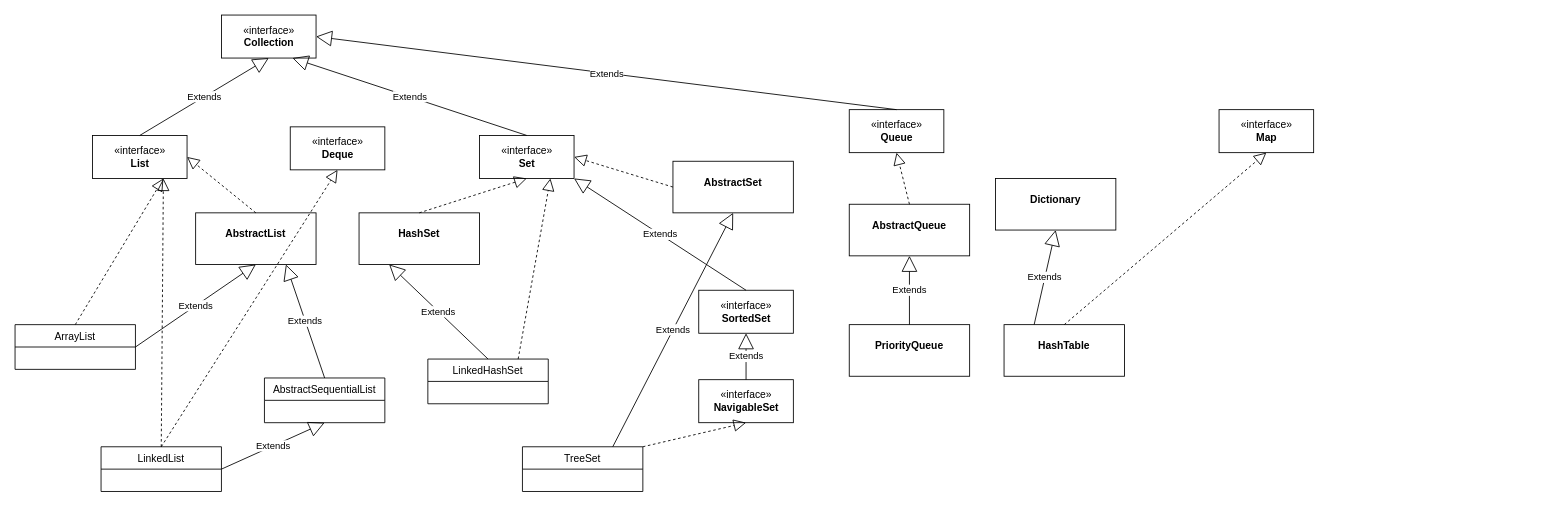
The draw.io diagram uml/collecions.drawio in andre-s-nascimento/java-collections, before the edit. Source tidied: cells renumbered, new cells numbered last; positions are measured from the earlier drawing's top-left corner, leaving out a move shared by most shapes. Both pictures are drawn from the tidied source at 86%, with x=0, y=0 at pixel (15, 15).
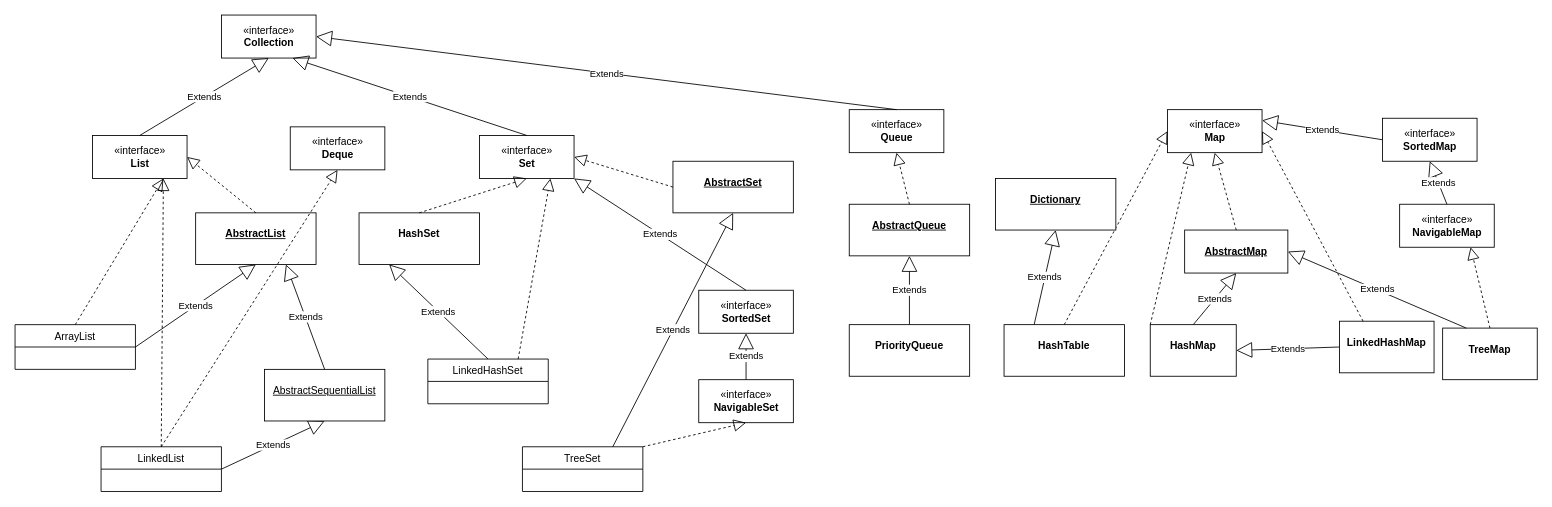
Above is the later version.

Unchanged cells that the change refers to:
```xml
<mxCell id="39" value="&lt;p style=&quot;margin:0px;margin-top:4px;text-align:center;&quot;&gt;&lt;br&gt;&lt;b&gt;HashTable&lt;/b&gt;&lt;/p&gt;" style="verticalAlign=top;align=left;overflow=fill;fontSize=12;fontFamily=Helvetica;html=1;" parent="1" vertex="1">
  <mxGeometry x="1150" y="360" width="140" height="60" as="geometry" />
</mxCell>
```

Change to the diagram source:
```diff
@@
-    <mxCell id="7" value="&lt;p style=&quot;margin:0px;margin-top:4px;text-align:center;&quot;&gt;&lt;br&gt;&lt;b&gt;AbstractList&lt;/b&gt;&lt;/p&gt;" style="verticalAlign=top;align=left;overflow=fill;fontSize=12;fontFamily=Helvetica;html=1;" parent="1" vertex="1">
+    <mxCell id="7" value="&lt;p style=&quot;margin:0px;margin-top:4px;text-align:center;&quot;&gt;&lt;br&gt;&lt;b&gt;&lt;u&gt;AbstractList&lt;/u&gt;&lt;/b&gt;&lt;/p&gt;" style="verticalAlign=top;align=left;overflow=fill;fontSize=12;fontFamily=Helvetica;html=1;" parent="1" vertex="1">
       <mxGeometry x="210" y="230" width="140" height="60" as="geometry" />
     </mxCell>
@@
-    <mxCell id="10" value="AbstractSequentialList" style="swimlane;fontStyle=0;horizontal=1;startSize=26;fillColor=none;" parent="1" vertex="1">
-      <mxGeometry x="290" y="422" width="140" height="52" as="geometry" />
-    </mxCell>
@@
-    <mxCell id="24" value="&lt;p style=&quot;margin:0px;margin-top:4px;text-align:center;&quot;&gt;&lt;br&gt;&lt;b&gt;AbstractSet&lt;/b&gt;&lt;/p&gt;" style="verticalAlign=top;align=left;overflow=fill;fontSize=12;fontFamily=Helvetica;html=1;" parent="1" vertex="1">
+    <mxCell id="24" value="&lt;p style=&quot;margin:0px;margin-top:4px;text-align:center;&quot;&gt;&lt;br&gt;&lt;b&gt;&lt;u&gt;AbstractSet&lt;/u&gt;&lt;/b&gt;&lt;/p&gt;" style="verticalAlign=top;align=left;overflow=fill;fontSize=12;fontFamily=Helvetica;html=1;" parent="1" vertex="1">
       <mxGeometry x="765" y="170" width="140" height="60" as="geometry" />
     </mxCell>
@@
-    <mxCell id="35" value="&lt;p style=&quot;margin:0px;margin-top:4px;text-align:center;&quot;&gt;&lt;br&gt;&lt;b&gt;AbstractQueue&lt;/b&gt;&lt;/p&gt;" style="verticalAlign=top;align=left;overflow=fill;fontSize=12;fontFamily=Helvetica;html=1;" parent="1" vertex="1">
+    <mxCell id="35" value="&lt;p style=&quot;margin:0px;margin-top:4px;text-align:center;&quot;&gt;&lt;br&gt;&lt;b&gt;&lt;u&gt;AbstractQueue&lt;/u&gt;&lt;/b&gt;&lt;/p&gt;" style="verticalAlign=top;align=left;overflow=fill;fontSize=12;fontFamily=Helvetica;html=1;" parent="1" vertex="1">
       <mxGeometry x="970" y="220" width="140" height="60" as="geometry" />
     </mxCell>
@@
     <mxCell id="40" value="«interface»&lt;br&gt;&lt;b&gt;Map&lt;/b&gt;" style="html=1;" parent="1" vertex="1">
-      <mxGeometry x="1400" y="110" width="110" height="50" as="geometry" />
+      <mxGeometry x="1340" y="110" width="110" height="50" as="geometry" />
     </mxCell>
-    <mxCell id="41" style="endArrow=block;dashed=1;endFill=0;endSize=12;html=1;exitX=0.5;exitY=0;exitDx=0;exitDy=0;entryX=0.5;entryY=1;entryDx=0;entryDy=0;" parent="1" edge="1" source="39" target="40">
+    <mxCell id="41" style="endArrow=block;dashed=1;endFill=0;endSize=12;html=1;exitX=0.5;exitY=0;exitDx=0;exitDy=0;entryX=0;entryY=0.5;entryDx=0;entryDy=0;" parent="1" edge="1" source="39" target="40">
       <mxGeometry relative="1" as="geometry" />
     </mxCell>
-    <mxCell id="42" value="&lt;p style=&quot;margin:0px;margin-top:4px;text-align:center;&quot;&gt;&lt;br&gt;&lt;b&gt;Dictionary&lt;/b&gt;&lt;/p&gt;" style="verticalAlign=top;align=left;overflow=fill;fontSize=12;fontFamily=Helvetica;html=1;" parent="1" vertex="1">
+    <mxCell id="42" value="&lt;p style=&quot;margin:0px;margin-top:4px;text-align:center;&quot;&gt;&lt;br&gt;&lt;b&gt;&lt;u&gt;Dictionary&lt;/u&gt;&lt;/b&gt;&lt;/p&gt;" style="verticalAlign=top;align=left;overflow=fill;fontSize=12;fontFamily=Helvetica;html=1;" parent="1" vertex="1">
       <mxGeometry x="1140" y="190" width="140" height="60" as="geometry" />
     </mxCell>
@@
+    <mxCell id="44" value="&lt;p style=&quot;margin:0px;margin-top:4px;text-align:center;&quot;&gt;&lt;br&gt;&lt;b&gt;HashMap&lt;/b&gt;&lt;/p&gt;" style="verticalAlign=top;align=left;overflow=fill;fontSize=12;fontFamily=Helvetica;html=1;" parent="1" vertex="1">
+      <mxGeometry x="1320" y="360" width="100" height="60" as="geometry" />
+    </mxCell>
+    <mxCell id="45" value="&lt;p style=&quot;margin:0px;margin-top:4px;text-align:center;&quot;&gt;&lt;b&gt;&lt;u&gt;&lt;br&gt;AbstractMap&lt;/u&gt;&lt;/b&gt;&lt;/p&gt;" style="verticalAlign=top;align=left;overflow=fill;fontSize=12;fontFamily=Helvetica;html=1;" parent="1" vertex="1">
+      <mxGeometry x="1360" y="250" width="120" height="50" as="geometry" />
+    </mxCell>
+    <mxCell id="10" value="&lt;p style=&quot;margin:0px;margin-top:4px;text-align:center;&quot;&gt;&lt;br&gt;&lt;u&gt;AbstractSequentialList&lt;/u&gt;&lt;br&gt;&lt;/p&gt;" style="verticalAlign=top;align=left;overflow=fill;fontSize=12;fontFamily=Helvetica;html=1;" parent="1" vertex="1">
+      <mxGeometry x="290" y="412" width="140" height="60" as="geometry" />
+    </mxCell>
+    <mxCell id="46" value="Extends" style="endArrow=block;endSize=16;endFill=0;html=1;exitX=0.5;exitY=0;exitDx=0;exitDy=0;entryX=0.5;entryY=1;entryDx=0;entryDy=0;" parent="1" edge="1" source="44" target="45">
+      <mxGeometry relative="1" as="geometry" />
+    </mxCell>
+    <mxCell id="47" value="&lt;p style=&quot;margin:0px;margin-top:4px;text-align:center;&quot;&gt;&lt;br&gt;&lt;b&gt;LinkedHashMap&lt;/b&gt;&lt;/p&gt;" style="verticalAlign=top;align=left;overflow=fill;fontSize=12;fontFamily=Helvetica;html=1;" parent="1" vertex="1">
+      <mxGeometry x="1540" y="356" width="110" height="60" as="geometry" />
+    </mxCell>
+    <mxCell id="48" value="Extends" style="endArrow=block;endSize=16;endFill=0;html=1;exitX=0;exitY=0.5;exitDx=0;exitDy=0;entryX=1;entryY=0.5;entryDx=0;entryDy=0;" parent="1" edge="1" source="47" target="44">
+      <mxGeometry relative="1" as="geometry" />
+    </mxCell>
+    <mxCell id="49" style="endArrow=block;dashed=1;endFill=0;endSize=12;html=1;exitX=0.25;exitY=0;exitDx=0;exitDy=0;entryX=1;entryY=0.5;entryDx=0;entryDy=0;" parent="1" edge="1" source="47" target="40">
+      <mxGeometry relative="1" as="geometry" />
+    </mxCell>
+    <mxCell id="50" style="endArrow=block;dashed=1;endFill=0;endSize=12;html=1;exitX=0.5;exitY=0;exitDx=0;exitDy=0;entryX=0.5;entryY=1;entryDx=0;entryDy=0;" parent="1" edge="1" source="45" target="40">
+      <mxGeometry relative="1" as="geometry" />
+    </mxCell>
+    <mxCell id="51" style="endArrow=block;dashed=1;endFill=0;endSize=12;html=1;exitX=0;exitY=0;exitDx=0;exitDy=0;entryX=0.25;entryY=1;entryDx=0;entryDy=0;" parent="1" edge="1" source="44" target="40">
+      <mxGeometry relative="1" as="geometry" />
+    </mxCell>
+    <mxCell id="52" value="&lt;p style=&quot;margin:0px;margin-top:4px;text-align:center;&quot;&gt;&lt;br&gt;&lt;b&gt;TreeMap&lt;/b&gt;&lt;/p&gt;" style="verticalAlign=top;align=left;overflow=fill;fontSize=12;fontFamily=Helvetica;html=1;" parent="1" vertex="1">
+      <mxGeometry x="1660" y="364" width="110" height="60" as="geometry" />
+    </mxCell>
+    <mxCell id="53" value="Extends" style="endArrow=block;endSize=16;endFill=0;html=1;exitX=0.25;exitY=0;exitDx=0;exitDy=0;entryX=1;entryY=0.5;entryDx=0;entryDy=0;" parent="1" edge="1" source="52" target="45">
+      <mxGeometry relative="1" as="geometry" />
+    </mxCell>
+    <mxCell id="54" style="endArrow=block;dashed=1;endFill=0;endSize=12;html=1;exitX=0.5;exitY=0;exitDx=0;exitDy=0;entryX=0.75;entryY=1;entryDx=0;entryDy=0;" parent="1" edge="1" source="52" target="55">
+      <mxGeometry relative="1" as="geometry" />
+    </mxCell>
+    <mxCell id="55" value="«interface»&lt;br&gt;&lt;b&gt;NavigableMap&lt;/b&gt;" style="html=1;" parent="1" vertex="1">
+      <mxGeometry x="1610" y="220" width="110" height="50" as="geometry" />
+    </mxCell>
+    <mxCell id="56" value="«interface»&lt;br&gt;&lt;b&gt;SortedMap&lt;/b&gt;" style="html=1;" parent="1" vertex="1">
+      <mxGeometry x="1590" y="120" width="110" height="50" as="geometry" />
+    </mxCell>
+    <mxCell id="57" value="Extends" style="endArrow=block;endSize=16;endFill=0;html=1;exitX=0.5;exitY=0;exitDx=0;exitDy=0;entryX=0.5;entryY=1;entryDx=0;entryDy=0;" parent="1" edge="1" source="55" target="56">
+      <mxGeometry relative="1" as="geometry" />
+    </mxCell>
+    <mxCell id="58" value="Extends" style="endArrow=block;endSize=16;endFill=0;html=1;exitX=0;exitY=0.5;exitDx=0;exitDy=0;entryX=1;entryY=0.25;entryDx=0;entryDy=0;" parent="1" edge="1" source="56" target="40">
+      <mxGeometry relative="1" as="geometry" />
+    </mxCell>
```
